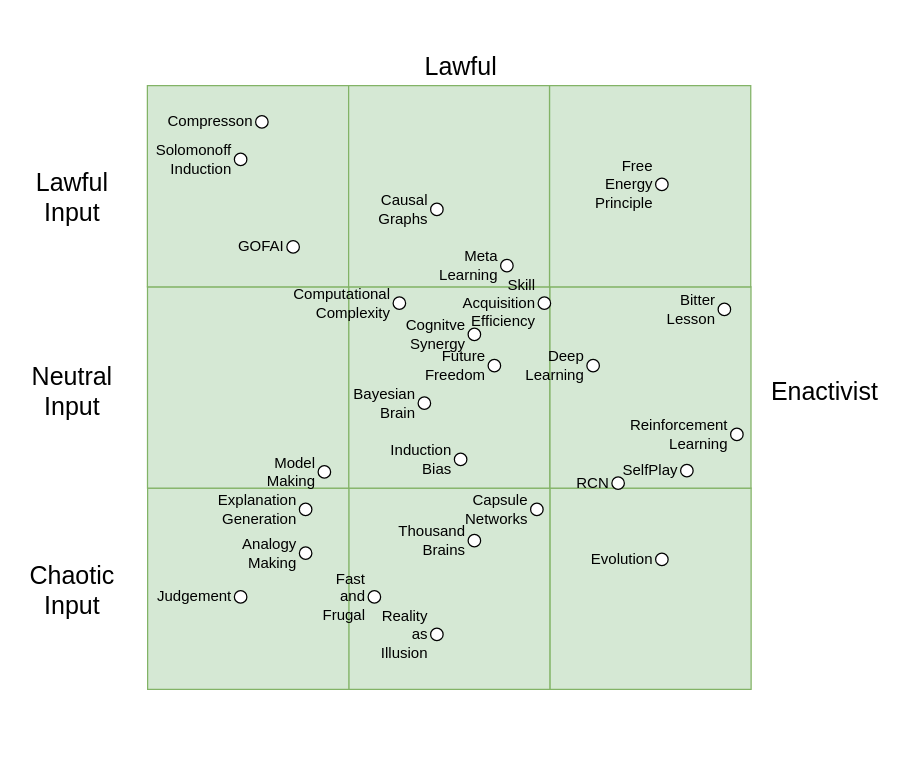
The draw.io diagram alignment_chart_compiler.drawio in codeaudit/1, before the edit. Source tidied: cells renumbered, new cells numbered last; positions are measured from the earlier drawing's top-left corner, leaving out a move shared by most shapes. Both pictures are drawn from the tidied source at 125%, with x=0, y=0 at pixel (21, 46).
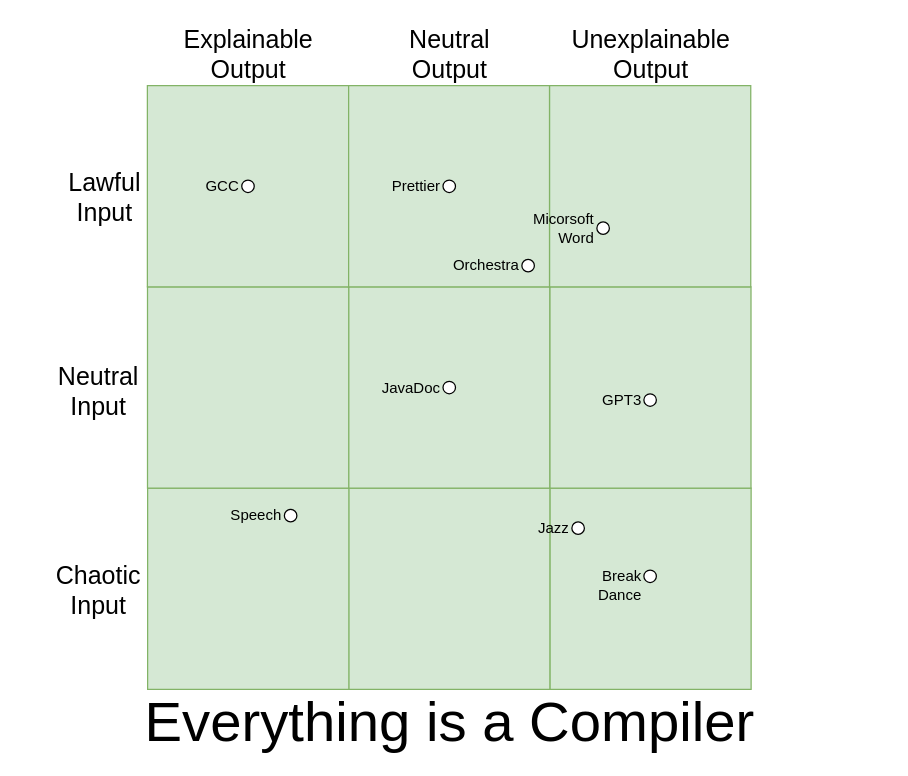
The same diagram, later.

Diff of the diagram source:
```diff
@@
-    <mxCell id="11" value="Lawful" style="text;html=1;align=center;verticalAlign=middle;fontSize=20;" parent="1" vertex="1">
-      <mxGeometry x="316" width="70" height="30" as="geometry" />
+    <mxCell id="11" value="Neutral&lt;br&gt;Output" style="text;html=1;align=center;verticalAlign=middle;fontSize=20;" parent="1" vertex="1">
+      <mxGeometry x="301.9" y="-20" width="80" height="50" as="geometry" />
     </mxCell>
-    <mxCell id="12" value="Enactivist" style="text;html=1;align=center;verticalAlign=middle;fontSize=20;" parent="1" vertex="1">
-      <mxGeometry x="592" y="260" width="100" height="30" as="geometry" />
-    </mxCell>
     <mxCell id="13" value="Neutral&lt;br&gt;Input" style="text;html=1;align=center;verticalAlign=middle;fontSize=20;" parent="1" vertex="1">
-      <mxGeometry y="250" width="80" height="50" as="geometry" />
+      <mxGeometry x="21" y="250" width="80" height="50" as="geometry" />
     </mxCell>
-    <mxCell id="14" value="Model Making" style="ellipse;whiteSpace=wrap;html=1;fontSize=12;labelPosition=left;verticalLabelPosition=middle;align=right;verticalAlign=middle;" parent="1" vertex="1">
-      <mxGeometry x="237" y="335" width="10" height="10" as="geometry" />
-    </mxCell>
-    <mxCell id="15" value="Thousand&lt;br&gt;Brains" style="ellipse;whiteSpace=wrap;html=1;fontSize=12;labelPosition=left;verticalLabelPosition=middle;align=right;verticalAlign=middle;" parent="1" vertex="1">
-      <mxGeometry x="357" y="390" width="10" height="10" as="geometry" />
-    </mxCell>
-    <mxCell id="16" value="GOFAI" style="ellipse;whiteSpace=wrap;html=1;fontSize=12;labelPosition=left;verticalLabelPosition=middle;align=right;verticalAlign=middle;" parent="1" vertex="1">
-      <mxGeometry x="212" y="155" width="10" height="10" as="geometry" />
-    </mxCell>
-    <mxCell id="17" value="Deep Learning" style="ellipse;whiteSpace=wrap;html=1;fontSize=12;labelPosition=left;verticalLabelPosition=middle;align=right;verticalAlign=middle;" parent="1" vertex="1">
-      <mxGeometry x="452" y="250" width="10" height="10" as="geometry" />
-    </mxCell>
-    <mxCell id="18" value="Capsule&lt;br&gt;Networks" style="ellipse;whiteSpace=wrap;html=1;fontSize=12;labelPosition=left;verticalLabelPosition=middle;align=right;verticalAlign=middle;" parent="1" vertex="1">
-      <mxGeometry x="407" y="365" width="10" height="10" as="geometry" />
-    </mxCell>
-    <mxCell id="19" value="Meta Learning" style="ellipse;whiteSpace=wrap;html=1;fontSize=12;labelPosition=left;verticalLabelPosition=middle;align=right;verticalAlign=middle;" parent="1" vertex="1">
-      <mxGeometry x="383" y="170" width="10" height="10" as="geometry" />
-    </mxCell>
-    <mxCell id="20" value="Analogy&lt;br&gt;Making" style="ellipse;whiteSpace=wrap;html=1;fontSize=12;labelPosition=left;verticalLabelPosition=middle;align=right;verticalAlign=middle;" parent="1" vertex="1">
-      <mxGeometry x="222" y="400" width="10" height="10" as="geometry" />
-    </mxCell>
-    <mxCell id="21" value="Reality as Illusion" style="ellipse;whiteSpace=wrap;html=1;fontSize=12;labelPosition=left;verticalLabelPosition=middle;align=right;verticalAlign=middle;" parent="1" vertex="1">
-      <mxGeometry x="327" y="465" width="10" height="10" as="geometry" />
-    </mxCell>
-    <mxCell id="22" value="Compresson" style="ellipse;whiteSpace=wrap;html=1;fontSize=12;labelPosition=left;verticalLabelPosition=middle;align=right;verticalAlign=middle;" parent="1" vertex="1">
-      <mxGeometry x="187" y="55" width="10" height="10" as="geometry" />
+    <mxCell id="22" value="GCC" style="ellipse;whiteSpace=wrap;html=1;fontSize=12;labelPosition=left;verticalLabelPosition=middle;align=right;verticalAlign=middle;" parent="1" vertex="1">
+      <mxGeometry x="175.9" y="106.5" width="10" height="10" as="geometry" />
     </mxCell>
-    <mxCell id="23" value="Cognitve Synergy" style="ellipse;whiteSpace=wrap;html=1;fontSize=12;labelPosition=left;verticalLabelPosition=middle;align=right;verticalAlign=middle;" parent="1" vertex="1">
-      <mxGeometry x="357" y="225" width="10" height="10" as="geometry" />
-    </mxCell>
-    <mxCell id="24" value="Causal Graphs" style="ellipse;whiteSpace=wrap;html=1;fontSize=12;labelPosition=left;verticalLabelPosition=middle;align=right;verticalAlign=middle;" parent="1" vertex="1">
-      <mxGeometry x="327" y="125" width="10" height="10" as="geometry" />
-    </mxCell>
-    <mxCell id="25" value="Bitter Lesson" style="ellipse;whiteSpace=wrap;html=1;fontSize=12;labelPosition=left;verticalLabelPosition=middle;align=right;verticalAlign=middle;" parent="1" vertex="1">
-      <mxGeometry x="557" y="205" width="10" height="10" as="geometry" />
-    </mxCell>
-    <mxCell id="26" value="Reinforcement Learning" style="ellipse;whiteSpace=wrap;html=1;fontSize=12;labelPosition=left;verticalLabelPosition=middle;align=right;verticalAlign=middle;" parent="1" vertex="1">
-      <mxGeometry x="567" y="305" width="10" height="10" as="geometry" />
-    </mxCell>
-    <mxCell id="27" value="Induction Bias" style="ellipse;whiteSpace=wrap;html=1;fontSize=12;labelPosition=left;verticalLabelPosition=middle;align=right;verticalAlign=middle;" parent="1" vertex="1">
-      <mxGeometry x="346" y="325" width="10" height="10" as="geometry" />
-    </mxCell>
-    <mxCell id="28" value="Judgement" style="ellipse;whiteSpace=wrap;html=1;fontSize=12;labelPosition=left;verticalLabelPosition=middle;align=right;verticalAlign=middle;" parent="1" vertex="1">
-      <mxGeometry x="170" y="435" width="10" height="10" as="geometry" />
-    </mxCell>
-    <mxCell id="29" value="Bayesian&lt;br&gt;Brain" style="ellipse;whiteSpace=wrap;html=1;fontSize=12;labelPosition=left;verticalLabelPosition=middle;align=right;verticalAlign=middle;" parent="1" vertex="1">
-      <mxGeometry x="317" y="280" width="10" height="10" as="geometry" />
-    </mxCell>
-    <mxCell id="30" value="Skill Acquisition Efficiency" style="ellipse;whiteSpace=wrap;html=1;fontSize=12;labelPosition=left;verticalLabelPosition=middle;align=right;verticalAlign=middle;" parent="1" vertex="1">
-      <mxGeometry x="413" y="200" width="10" height="10" as="geometry" />
-    </mxCell>
-    <mxCell id="31" value="RCN" style="ellipse;whiteSpace=wrap;html=1;fontSize=12;labelPosition=left;verticalLabelPosition=middle;align=right;verticalAlign=middle;" parent="1" vertex="1">
-      <mxGeometry x="472" y="344" width="10" height="10" as="geometry" />
-    </mxCell>
-    <mxCell id="32" value="Evolution" style="ellipse;whiteSpace=wrap;html=1;fontSize=12;labelPosition=left;verticalLabelPosition=middle;align=right;verticalAlign=middle;" parent="1" vertex="1">
-      <mxGeometry x="507" y="405" width="10" height="10" as="geometry" />
-    </mxCell>
-    <mxCell id="33" value="Free Energy Principle" style="ellipse;whiteSpace=wrap;html=1;fontSize=12;labelPosition=left;verticalLabelPosition=middle;align=right;verticalAlign=middle;" parent="1" vertex="1">
-      <mxGeometry x="507" y="105" width="10" height="10" as="geometry" />
-    </mxCell>
-    <mxCell id="34" value="Computational Complexity" style="ellipse;whiteSpace=wrap;html=1;fontSize=12;labelPosition=left;verticalLabelPosition=middle;align=right;verticalAlign=middle;" parent="1" vertex="1">
-      <mxGeometry x="297" y="200" width="10" height="10" as="geometry" />
-    </mxCell>
-    <mxCell id="35" value="Explanation&lt;br&gt;Generation" style="ellipse;whiteSpace=wrap;html=1;fontSize=12;labelPosition=left;verticalLabelPosition=middle;align=right;verticalAlign=middle;" parent="1" vertex="1">
-      <mxGeometry x="222" y="365" width="10" height="10" as="geometry" />
-    </mxCell>
-    <mxCell id="36" value="SelfPlay" style="ellipse;whiteSpace=wrap;html=1;fontSize=12;labelPosition=left;verticalLabelPosition=middle;align=right;verticalAlign=middle;" parent="1" vertex="1">
-      <mxGeometry x="527" y="334" width="10" height="10" as="geometry" />
-    </mxCell>
-    <mxCell id="37" value="Fast and Frugal" style="ellipse;whiteSpace=wrap;html=1;fontSize=12;labelPosition=left;verticalLabelPosition=middle;align=right;verticalAlign=middle;" parent="1" vertex="1">
-      <mxGeometry x="277" y="435" width="10" height="10" as="geometry" />
+    <mxCell id="37" value="Micorsoft Word" style="ellipse;whiteSpace=wrap;html=1;fontSize=12;labelPosition=left;verticalLabelPosition=middle;align=right;verticalAlign=middle;" parent="1" vertex="1">
+      <mxGeometry x="460" y="140" width="10" height="10" as="geometry" />
     </mxCell>
-    <mxCell id="38" value="Future Freedom" style="ellipse;whiteSpace=wrap;html=1;fontSize=12;labelPosition=left;verticalLabelPosition=middle;align=right;verticalAlign=middle;" parent="1" vertex="1">
-      <mxGeometry x="373" y="250" width="10" height="10" as="geometry" />
-    </mxCell>
-    <mxCell id="39" value="Solomonoff Induction" style="ellipse;whiteSpace=wrap;html=1;fontSize=12;labelPosition=left;verticalLabelPosition=middle;align=right;verticalAlign=middle;direction=west;" parent="1" vertex="1">
-      <mxGeometry x="170" y="85" width="10" height="10" as="geometry" />
-    </mxCell>
     <mxCell id="40" value="Lawful&lt;br&gt;Input" style="text;html=1;align=center;verticalAlign=middle;fontSize=20;" parent="1" vertex="1">
-      <mxGeometry x="5" y="95" width="70" height="50" as="geometry" />
+      <mxGeometry x="31" y="95" width="70" height="50" as="geometry" />
     </mxCell>
     <mxCell id="41" value="Chaotic&lt;br&gt;Input" style="text;html=1;align=center;verticalAlign=middle;fontSize=20;" parent="1" vertex="1">
-      <mxGeometry y="408.5" width="80" height="50" as="geometry" />
+      <mxGeometry x="21" y="408.5" width="80" height="50" as="geometry" />
     </mxCell>
+    <mxCell id="42" value="Explainable&lt;br&gt;Output" style="text;html=1;align=center;verticalAlign=middle;fontSize=20;" parent="1" vertex="1">
+      <mxGeometry x="121" y="-20" width="120" height="50" as="geometry" />
+    </mxCell>
+    <mxCell id="43" value="Unexplainable&lt;br&gt;Output" style="text;html=1;align=center;verticalAlign=middle;fontSize=20;" parent="1" vertex="1">
+      <mxGeometry x="432.9" y="-20" width="140" height="50" as="geometry" />
+    </mxCell>
+    <mxCell id="44" value="&lt;font style=&quot;font-size: 45px&quot;&gt;Everything is a Compiler&lt;/font&gt;" style="text;html=1;align=center;verticalAlign=middle;" parent="1" vertex="1">
+      <mxGeometry x="91.6" y="525" width="500" height="30" as="geometry" />
+    </mxCell>
+    <mxCell id="45" value="Prettier" style="ellipse;whiteSpace=wrap;html=1;fontSize=12;labelPosition=left;verticalLabelPosition=middle;align=right;verticalAlign=middle;" parent="1" vertex="1">
+      <mxGeometry x="336.9" y="106.5" width="10" height="10" as="geometry" />
+    </mxCell>
+    <mxCell id="46" value="JavaDoc" style="ellipse;whiteSpace=wrap;html=1;fontSize=12;labelPosition=left;verticalLabelPosition=middle;align=right;verticalAlign=middle;" parent="1" vertex="1">
+      <mxGeometry x="336.9" y="267.5" width="10" height="10" as="geometry" />
+    </mxCell>
+    <mxCell id="47" value="Orchestra" style="ellipse;whiteSpace=wrap;html=1;fontSize=12;labelPosition=left;verticalLabelPosition=middle;align=right;verticalAlign=middle;" parent="1" vertex="1">
+      <mxGeometry x="400" y="170" width="10" height="10" as="geometry" />
+    </mxCell>
+    <mxCell id="48" value="GPT3" style="ellipse;whiteSpace=wrap;html=1;fontSize=12;labelPosition=left;verticalLabelPosition=middle;align=right;verticalAlign=middle;" parent="1" vertex="1">
+      <mxGeometry x="497.6" y="277.5" width="10" height="10" as="geometry" />
+    </mxCell>
+    <mxCell id="49" value="Speech" style="ellipse;whiteSpace=wrap;html=1;fontSize=12;labelPosition=left;verticalLabelPosition=middle;align=right;verticalAlign=middle;" parent="1" vertex="1">
+      <mxGeometry x="210" y="370" width="10" height="10" as="geometry" />
+    </mxCell>
+    <mxCell id="50" value="Jazz" style="ellipse;whiteSpace=wrap;html=1;fontSize=12;labelPosition=left;verticalLabelPosition=middle;align=right;verticalAlign=middle;" parent="1" vertex="1">
+      <mxGeometry x="440" y="380" width="10" height="10" as="geometry" />
+    </mxCell>
+    <mxCell id="51" value="&lt;br&gt;Break Dance" style="ellipse;whiteSpace=wrap;html=1;fontSize=12;labelPosition=left;verticalLabelPosition=middle;align=right;verticalAlign=middle;" parent="1" vertex="1">
+      <mxGeometry x="497.6" y="418.5" width="10" height="10" as="geometry" />
+    </mxCell>
```
